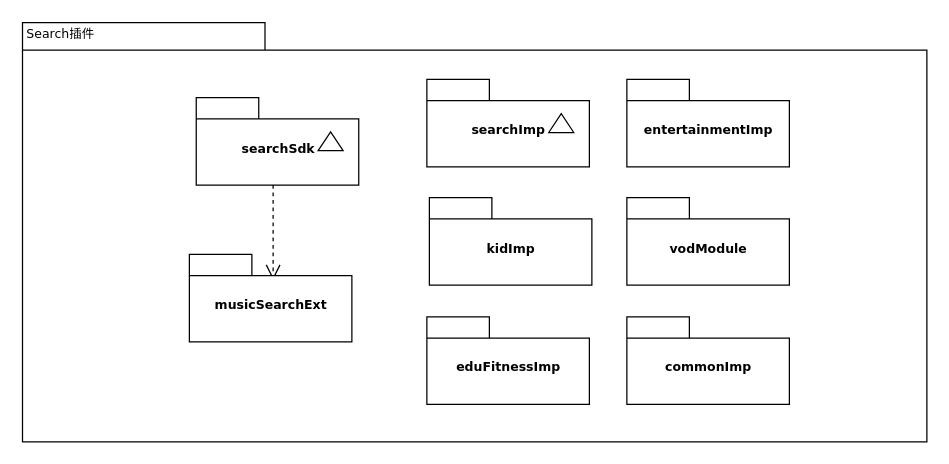
The draw.io diagram 未命名绘图.drawio in jasonjiang1018/draw.io-UML, before the edit. Source tidied: cells renumbered, new cells numbered last; positions are measured from the earlier drawing's top-left corner, leaving out a move shared by most shapes. Both pictures are drawn from the tidied source at 125%, with x=0, y=0 at pixel (21, 21).
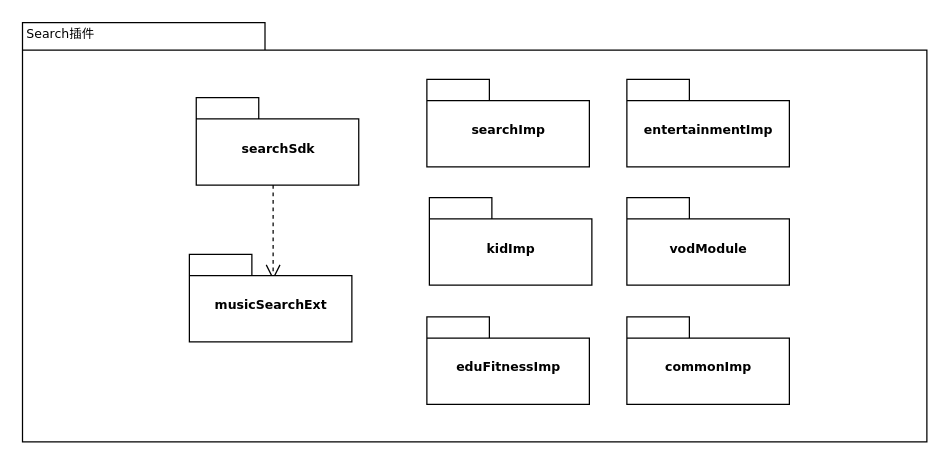
After the change.

Change to the diagram source:
```diff
@@
 <mxGraphModel>
   <root>
     <mxCell id="0" />
     <mxCell id="1" parent="0" />
     <mxCell id="2" style="shape=folder;fontStyle=1;spacingTop=10;tabWidth=194;tabHeight=22;tabPosition=left;html=1;rounded=0;shadow=0;comic=0;labelBackgroundColor=none;strokeWidth=1;fillColor=none;fontFamily=Verdana;fontSize=10;align=center;" parent="1" vertex="1">
       <mxGeometry x="0.5" y="0.5" width="723.5" height="335.5" as="geometry" />
     </mxCell>
     <mxCell id="3" style="group;" parent="1" vertex="1">
       <mxGeometry x="139.5" y="60.5" width="130" height="70" as="geometry" />
     </mxCell>
     <mxCell id="4" value="searchSdk" style="shape=folder;fontStyle=1;spacingTop=10;tabWidth=50;tabHeight=17;tabPosition=left;html=1;rounded=0;shadow=0;comic=0;labelBackgroundColor=none;strokeWidth=1;fontFamily=Verdana;fontSize=10;align=center;" parent="3" vertex="1">
       <mxGeometry width="130" height="70" as="geometry" />
     </mxCell>
-    <mxCell id="5" style="triangle;whiteSpace=wrap;html=1;rounded=0;shadow=0;comic=0;labelBackgroundColor=none;strokeWidth=1;fontFamily=Verdana;fontSize=10;align=center;rotation=-90;" parent="3" vertex="1">
-      <mxGeometry x="100" y="25" width="15" height="20" as="geometry" />
-    </mxCell>
     <mxCell id="6" style="rounded=0;html=1;dashed=1;labelBackgroundColor=none;startFill=0;endArrow=open;endFill=0;endSize=10;fontFamily=Verdana;fontSize=10;entryX=0.592;entryY=0.2;entryPerimeter=0;edgeStyle=elbowEdgeStyle;" parent="1" edge="1" source="4">
       <mxGeometry relative="1" as="geometry">
         <mxPoint x="201.3" y="206.5" as="targetPoint" />
       </mxGeometry>
     </mxCell>
     <mxCell id="7" value="Search插件" style="text;html=1;align=left;verticalAlign=top;spacingTop=-4;fontSize=10;fontFamily=Verdana;" parent="1" vertex="1">
       <mxGeometry x="1.5" y="0.5" width="130" height="20" as="geometry" />
     </mxCell>
     <mxCell id="8" style="group;" parent="1" vertex="1">
       <mxGeometry x="134" y="186" width="130" height="70" as="geometry" />
     </mxCell>
     <mxCell id="9" value="musicSearchExt" style="shape=folder;fontStyle=1;spacingTop=10;tabWidth=50;tabHeight=17;tabPosition=left;html=1;rounded=0;shadow=0;comic=0;labelBackgroundColor=none;strokeWidth=1;fontFamily=Verdana;fontSize=10;align=center;" parent="8" vertex="1">
       <mxGeometry width="130" height="70" as="geometry" />
     </mxCell>
     <mxCell id="10" style="group;" parent="1" vertex="1">
       <mxGeometry x="324" y="46" width="130" height="70" as="geometry" />
     </mxCell>
     <mxCell id="11" value="searchImp" style="shape=folder;fontStyle=1;spacingTop=10;tabWidth=50;tabHeight=17;tabPosition=left;html=1;rounded=0;shadow=0;comic=0;labelBackgroundColor=none;strokeWidth=1;fontFamily=Verdana;fontSize=10;align=center;" parent="10" vertex="1">
       <mxGeometry width="130" height="70" as="geometry" />
     </mxCell>
-    <mxCell id="12" style="triangle;whiteSpace=wrap;html=1;rounded=0;shadow=0;comic=0;labelBackgroundColor=none;strokeWidth=1;fontFamily=Verdana;fontSize=10;align=center;rotation=-90;" parent="10" vertex="1">
-      <mxGeometry x="100" y="25" width="15" height="20" as="geometry" />
-    </mxCell>
     <mxCell id="13" value="eduFitnessImp" style="shape=folder;fontStyle=1;spacingTop=10;tabWidth=50;tabHeight=17;tabPosition=left;html=1;rounded=0;shadow=0;comic=0;labelBackgroundColor=none;strokeWidth=1;fontFamily=Verdana;fontSize=10;align=center;" parent="1" vertex="1">
       <mxGeometry x="324" y="236" width="130" height="70" as="geometry" />
     </mxCell>
     <mxCell id="14" value="entertainmentImp" style="shape=folder;fontStyle=1;spacingTop=10;tabWidth=50;tabHeight=17;tabPosition=left;html=1;rounded=0;shadow=0;comic=0;labelBackgroundColor=none;strokeWidth=1;fontFamily=Verdana;fontSize=10;align=center;" parent="1" vertex="1">
       <mxGeometry x="484" y="46" width="130" height="70" as="geometry" />
     </mxCell>
     <mxCell id="15" value="vodModule" style="shape=folder;fontStyle=1;spacingTop=10;tabWidth=50;tabHeight=17;tabPosition=left;html=1;rounded=0;shadow=0;comic=0;labelBackgroundColor=none;strokeWidth=1;fontFamily=Verdana;fontSize=10;align=center;" parent="1" vertex="1">
       <mxGeometry x="484" y="140.5" width="130" height="70" as="geometry" />
     </mxCell>
     <mxCell id="16" value="kidImp" style="shape=folder;fontStyle=1;spacingTop=10;tabWidth=50;tabHeight=17;tabPosition=left;html=1;rounded=0;shadow=0;comic=0;labelBackgroundColor=none;strokeWidth=1;fontFamily=Verdana;fontSize=10;align=center;" parent="1" vertex="1">
       <mxGeometry x="326" y="140.5" width="130" height="70" as="geometry" />
     </mxCell>
     <mxCell id="17" value="commonImp" style="shape=folder;fontStyle=1;spacingTop=10;tabWidth=50;tabHeight=17;tabPosition=left;html=1;rounded=0;shadow=0;comic=0;labelBackgroundColor=none;strokeWidth=1;fontFamily=Verdana;fontSize=10;align=center;" parent="1" vertex="1">
       <mxGeometry x="484" y="236" width="130" height="70" as="geometry" />
     </mxCell>
   </root>
 </mxGraphModel>
```
